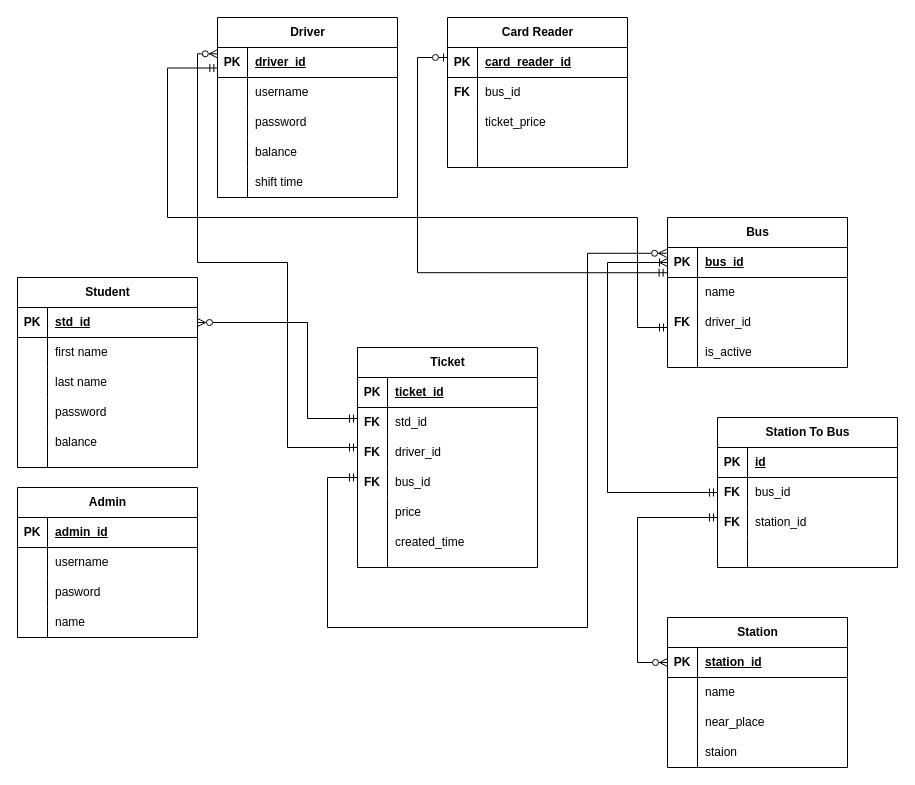
Earlier version of the draw.io diagram entity_diagrams.drawio (srbmm/bus_ticket_server). Source tidied: cells renumbered, new cells numbered last; positions are measured from the earlier drawing's top-left corner, leaving out a move shared by most shapes. Both pictures are drawn from the tidied source at 100%, with x=0, y=0 at pixel (17, 17).
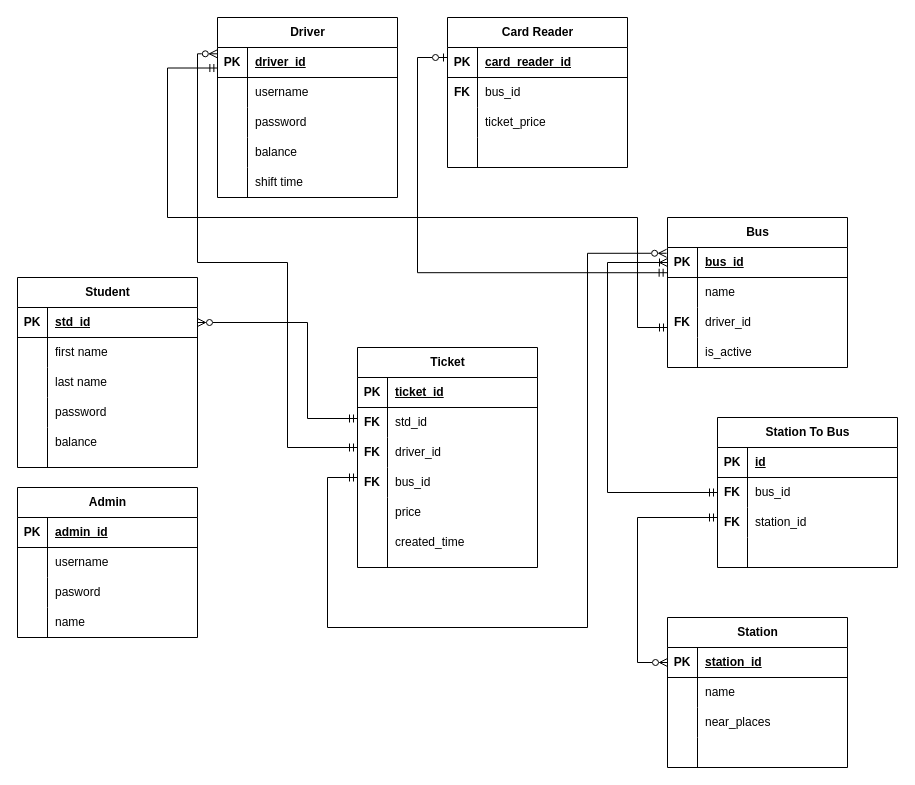
Above is the later version.

The change refers to these unchanged cells:
```xml
<mxCell id="66" style="shape=tableRow;horizontal=0;startSize=0;swimlaneHead=0;swimlaneBody=0;fillColor=none;top=0;left=0;right=0;bottom=0;" parent="59" vertex="1">
  <mxGeometry y="90" width="180" height="30" as="geometry" />
</mxCell>
<mxCell id="69" style="shape=tableRow;horizontal=0;startSize=0;swimlaneHead=0;swimlaneBody=0;fillColor=none;top=0;left=0;right=0;bottom=0;" parent="59" vertex="1">
  <mxGeometry y="120" width="180" height="30" as="geometry" />
</mxCell>
```

Diff of the diagram source:
```diff
@@
-    <mxCell id="68" value="near_place" style="shape=partialRectangle;fillColor=none;top=0;left=0;bottom=0;right=0;align=left;spacingLeft=6;overflow=hidden;whiteSpace=wrap;html=1;" parent="66" vertex="1">
+    <mxCell id="68" value="near_places" style="shape=partialRectangle;fillColor=none;top=0;left=0;bottom=0;right=0;align=left;spacingLeft=6;overflow=hidden;whiteSpace=wrap;html=1;" parent="66" vertex="1">
       <mxGeometry x="30" width="150" height="30" as="geometry" />
     </mxCell>
@@
-    <mxCell id="71" value="staion" style="shape=partialRectangle;fillColor=none;top=0;left=0;bottom=0;right=0;align=left;spacingLeft=6;overflow=hidden;whiteSpace=wrap;html=1;" parent="69" vertex="1">
+    <mxCell id="71" style="shape=partialRectangle;fillColor=none;top=0;left=0;bottom=0;right=0;align=left;spacingLeft=6;overflow=hidden;whiteSpace=wrap;html=1;" parent="69" vertex="1">
       <mxGeometry x="30" width="150" height="30" as="geometry" />
     </mxCell>
```
